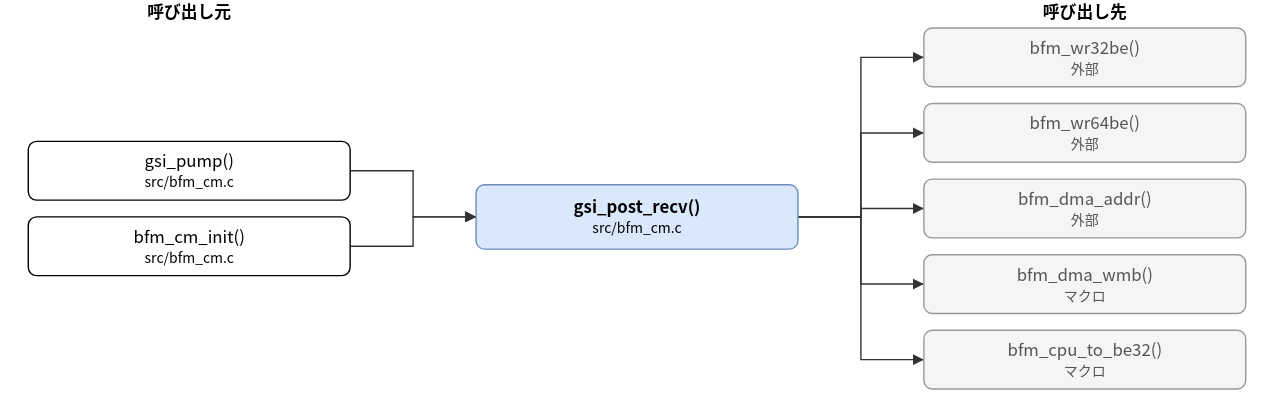
Before: doc/spec/images/call_src_bfm_cm-gsi_post_recv.drawio.svg, a diagram exported from draw.io (hf355051012-ai/bfmem). Source tidied: cells renumbered, new cells last; positions are measured from the earlier drawing's top-left corner, leaving out a move shared by most shapes. Source of this version:
```xml
<mxGraphModel>
  <root>
    <mxCell id="0" />
    <mxCell id="1" parent="0" />
    <mxCell id="2" value="gsi_post_recv()&lt;br&gt;&lt;font style=&quot;font-size:10px&quot;&gt;src/bfm_cm.c&lt;/font&gt;" style="rounded=1;whiteSpace=wrap;html=1;fillColor=#dae8fc;strokeColor=#6c8ebf;fontStyle=1;" parent="1" vertex="1">
      <mxGeometry x="320" y="132" width="230" height="46" as="geometry" />
    </mxCell>
    <mxCell id="3" value="gsi_pump()&lt;br&gt;&lt;font style=&quot;font-size:10px&quot;&gt;src/bfm_cm.c&lt;/font&gt;" style="rounded=1;whiteSpace=wrap;html=1;" parent="1" vertex="1">
      <mxGeometry y="101" width="230" height="42" as="geometry" />
    </mxCell>
    <mxCell id="4" value="bfm_cm_init()&lt;br&gt;&lt;font style=&quot;font-size:10px&quot;&gt;src/bfm_cm.c&lt;/font&gt;" style="rounded=1;whiteSpace=wrap;html=1;" parent="1" vertex="1">
      <mxGeometry y="155" width="230" height="42" as="geometry" />
    </mxCell>
    <mxCell id="5" value="bfm_wr32be()&lt;br&gt;&lt;font style=&quot;font-size:10px&quot;&gt;外部&lt;/font&gt;" style="rounded=1;whiteSpace=wrap;html=1;fillColor=#f5f5f5;strokeColor=#999999;fontColor=#555555;" parent="1" vertex="1">
      <mxGeometry x="640" y="20" width="230" height="42" as="geometry" />
    </mxCell>
    <mxCell id="6" value="bfm_wr64be()&lt;br&gt;&lt;font style=&quot;font-size:10px&quot;&gt;外部&lt;/font&gt;" style="rounded=1;whiteSpace=wrap;html=1;fillColor=#f5f5f5;strokeColor=#999999;fontColor=#555555;" parent="1" vertex="1">
      <mxGeometry x="640" y="74" width="230" height="42" as="geometry" />
    </mxCell>
    <mxCell id="7" value="bfm_dma_addr()&lt;br&gt;&lt;font style=&quot;font-size:10px&quot;&gt;外部&lt;/font&gt;" style="rounded=1;whiteSpace=wrap;html=1;fillColor=#f5f5f5;strokeColor=#999999;fontColor=#555555;" parent="1" vertex="1">
      <mxGeometry x="640" y="128" width="230" height="42" as="geometry" />
    </mxCell>
    <mxCell id="8" value="bfm_dma_wmb()&lt;br&gt;&lt;font style=&quot;font-size:10px&quot;&gt;マクロ&lt;/font&gt;" style="rounded=1;whiteSpace=wrap;html=1;fillColor=#f5f5f5;strokeColor=#999999;fontColor=#555555;" parent="1" vertex="1">
      <mxGeometry x="640" y="182" width="230" height="42" as="geometry" />
    </mxCell>
    <mxCell id="9" value="bfm_cpu_to_be32()&lt;br&gt;&lt;font style=&quot;font-size:10px&quot;&gt;マクロ&lt;/font&gt;" style="rounded=1;whiteSpace=wrap;html=1;fillColor=#f5f5f5;strokeColor=#999999;fontColor=#555555;" parent="1" vertex="1">
      <mxGeometry x="640" y="236" width="230" height="42" as="geometry" />
    </mxCell>
    <mxCell id="10" style="edgeStyle=none;html=1;rounded=0;endArrow=block;endFill=1;exitX=1.0000;exitY=0.5000;exitDx=0;exitDy=0;exitPerimeter=0;entryX=0.0000;entryY=0.5000;entryDx=0;entryDy=0;entryPerimeter=0;" parent="1" edge="1" source="3" target="2">
      <mxGeometry relative="1" as="geometry">
        <Array as="points">
          <mxPoint x="275" y="122" />
          <mxPoint x="275" y="155" />
        </Array>
      </mxGeometry>
    </mxCell>
    <mxCell id="11" style="edgeStyle=none;html=1;rounded=0;endArrow=block;endFill=1;exitX=1.0000;exitY=0.5000;exitDx=0;exitDy=0;exitPerimeter=0;entryX=0.0000;entryY=0.5000;entryDx=0;entryDy=0;entryPerimeter=0;" parent="1" edge="1" source="4" target="2">
      <mxGeometry relative="1" as="geometry">
        <Array as="points">
          <mxPoint x="275" y="176" />
          <mxPoint x="275" y="155" />
        </Array>
      </mxGeometry>
    </mxCell>
    <mxCell id="12" style="edgeStyle=none;html=1;rounded=0;endArrow=block;endFill=1;exitX=1.0000;exitY=0.5000;exitDx=0;exitDy=0;exitPerimeter=0;entryX=0.0000;entryY=0.5000;entryDx=0;entryDy=0;entryPerimeter=0;" parent="1" edge="1" source="2" target="5">
      <mxGeometry relative="1" as="geometry">
        <Array as="points">
          <mxPoint x="595" y="155" />
          <mxPoint x="595" y="41" />
        </Array>
      </mxGeometry>
    </mxCell>
    <mxCell id="13" style="edgeStyle=none;html=1;rounded=0;endArrow=block;endFill=1;exitX=1.0000;exitY=0.5000;exitDx=0;exitDy=0;exitPerimeter=0;entryX=0.0000;entryY=0.5000;entryDx=0;entryDy=0;entryPerimeter=0;" parent="1" edge="1" source="2" target="6">
      <mxGeometry relative="1" as="geometry">
        <Array as="points">
          <mxPoint x="595" y="155" />
          <mxPoint x="595" y="95" />
        </Array>
      </mxGeometry>
    </mxCell>
    <mxCell id="14" style="edgeStyle=none;html=1;rounded=0;endArrow=block;endFill=1;exitX=1.0000;exitY=0.5000;exitDx=0;exitDy=0;exitPerimeter=0;entryX=0.0000;entryY=0.5000;entryDx=0;entryDy=0;entryPerimeter=0;" parent="1" edge="1" source="2" target="7">
      <mxGeometry relative="1" as="geometry">
        <Array as="points">
          <mxPoint x="595" y="155" />
          <mxPoint x="595" y="149" />
        </Array>
      </mxGeometry>
    </mxCell>
    <mxCell id="15" style="edgeStyle=none;html=1;rounded=0;endArrow=block;endFill=1;exitX=1.0000;exitY=0.5000;exitDx=0;exitDy=0;exitPerimeter=0;entryX=0.0000;entryY=0.5000;entryDx=0;entryDy=0;entryPerimeter=0;" parent="1" edge="1" source="2" target="8">
      <mxGeometry relative="1" as="geometry">
        <Array as="points">
          <mxPoint x="595" y="155" />
          <mxPoint x="595" y="203" />
        </Array>
      </mxGeometry>
    </mxCell>
    <mxCell id="16" style="edgeStyle=none;html=1;rounded=0;endArrow=block;endFill=1;exitX=1.0000;exitY=0.5000;exitDx=0;exitDy=0;exitPerimeter=0;entryX=0.0000;entryY=0.5000;entryDx=0;entryDy=0;entryPerimeter=0;" parent="1" edge="1" source="2" target="9">
      <mxGeometry relative="1" as="geometry">
        <Array as="points">
          <mxPoint x="595" y="155" />
          <mxPoint x="595" y="257" />
        </Array>
      </mxGeometry>
    </mxCell>
    <mxCell id="17" value="呼び出し元" style="text;html=1;align=center;fontStyle=1;" parent="1" vertex="1">
      <mxGeometry x="35" width="160" height="18" as="geometry" />
    </mxCell>
    <mxCell id="18" value="呼び出し先" style="text;html=1;align=center;fontStyle=1;" parent="1" vertex="1">
      <mxGeometry x="675" width="160" height="18" as="geometry" />
    </mxCell>
  </root>
</mxGraphModel>
```
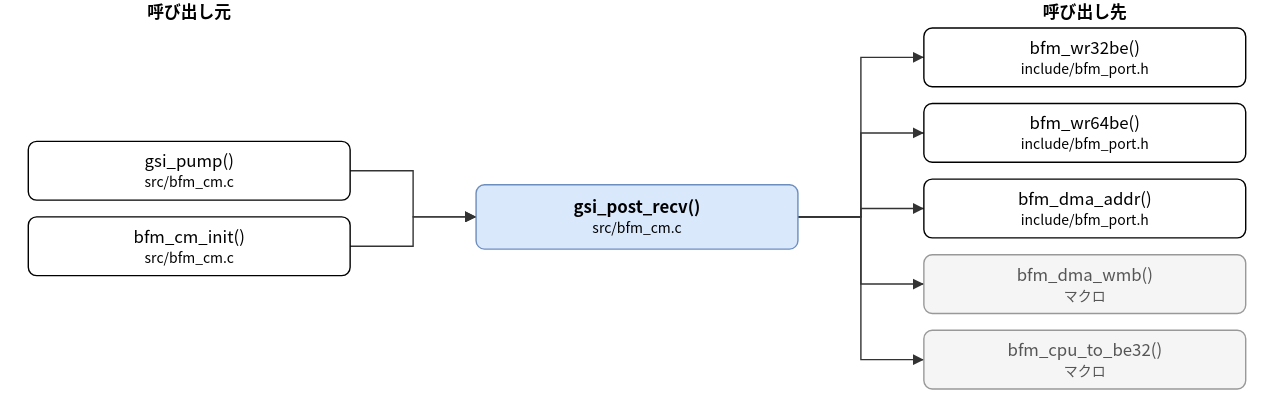
After the commit.

Change to the diagram source:
```diff
@@ -11,13 +11,13 @@
     <mxCell id="4" value="bfm_cm_init()&lt;br&gt;&lt;font style=&quot;font-size:10px&quot;&gt;src/bfm_cm.c&lt;/font&gt;" style="rounded=1;whiteSpace=wrap;html=1;" parent="1" vertex="1">
       <mxGeometry y="155" width="230" height="42" as="geometry" />
     </mxCell>
-    <mxCell id="5" value="bfm_wr32be()&lt;br&gt;&lt;font style=&quot;font-size:10px&quot;&gt;外部&lt;/font&gt;" style="rounded=1;whiteSpace=wrap;html=1;fillColor=#f5f5f5;strokeColor=#999999;fontColor=#555555;" parent="1" vertex="1">
+    <mxCell id="5" value="bfm_wr32be()&lt;br&gt;&lt;font style=&quot;font-size:10px&quot;&gt;include/bfm_port.h&lt;/font&gt;" style="rounded=1;whiteSpace=wrap;html=1;" parent="1" vertex="1">
       <mxGeometry x="640" y="20" width="230" height="42" as="geometry" />
     </mxCell>
-    <mxCell id="6" value="bfm_wr64be()&lt;br&gt;&lt;font style=&quot;font-size:10px&quot;&gt;外部&lt;/font&gt;" style="rounded=1;whiteSpace=wrap;html=1;fillColor=#f5f5f5;strokeColor=#999999;fontColor=#555555;" parent="1" vertex="1">
+    <mxCell id="6" value="bfm_wr64be()&lt;br&gt;&lt;font style=&quot;font-size:10px&quot;&gt;include/bfm_port.h&lt;/font&gt;" style="rounded=1;whiteSpace=wrap;html=1;" parent="1" vertex="1">
       <mxGeometry x="640" y="74" width="230" height="42" as="geometry" />
     </mxCell>
-    <mxCell id="7" value="bfm_dma_addr()&lt;br&gt;&lt;font style=&quot;font-size:10px&quot;&gt;外部&lt;/font&gt;" style="rounded=1;whiteSpace=wrap;html=1;fillColor=#f5f5f5;strokeColor=#999999;fontColor=#555555;" parent="1" vertex="1">
+    <mxCell id="7" value="bfm_dma_addr()&lt;br&gt;&lt;font style=&quot;font-size:10px&quot;&gt;include/bfm_port.h&lt;/font&gt;" style="rounded=1;whiteSpace=wrap;html=1;" parent="1" vertex="1">
       <mxGeometry x="640" y="128" width="230" height="42" as="geometry" />
     </mxCell>
     <mxCell id="8" value="bfm_dma_wmb()&lt;br&gt;&lt;font style=&quot;font-size:10px&quot;&gt;マクロ&lt;/font&gt;" style="rounded=1;whiteSpace=wrap;html=1;fillColor=#f5f5f5;strokeColor=#999999;fontColor=#555555;" parent="1" vertex="1">
```
